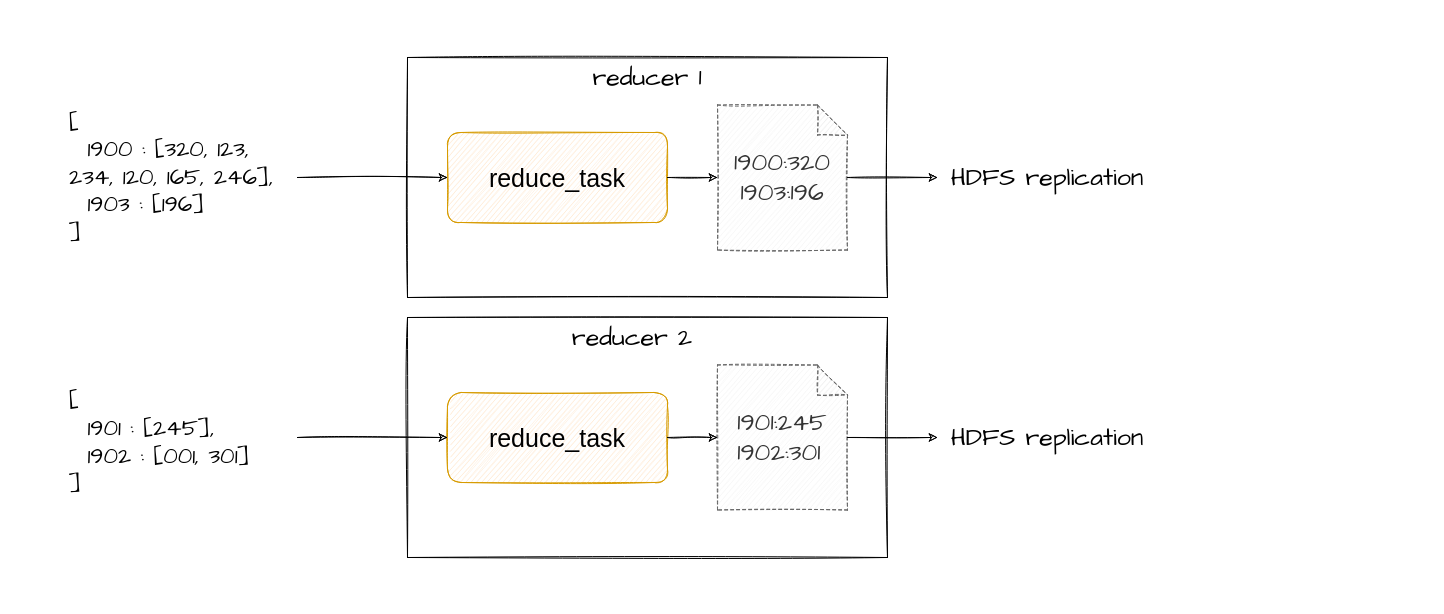
Earlier version of the draw.io diagram lessons/img/src/map reduce reduce.drawio (HealerMikado/panorama_big_data_2021). Source tidied: cells renumbered, new cells numbered last; positions are measured from the earlier drawing's top-left corner, leaving out a move shared by most shapes. Both pictures are drawn from the tidied source at 100%, with x=0, y=0 at pixel (67, 57).
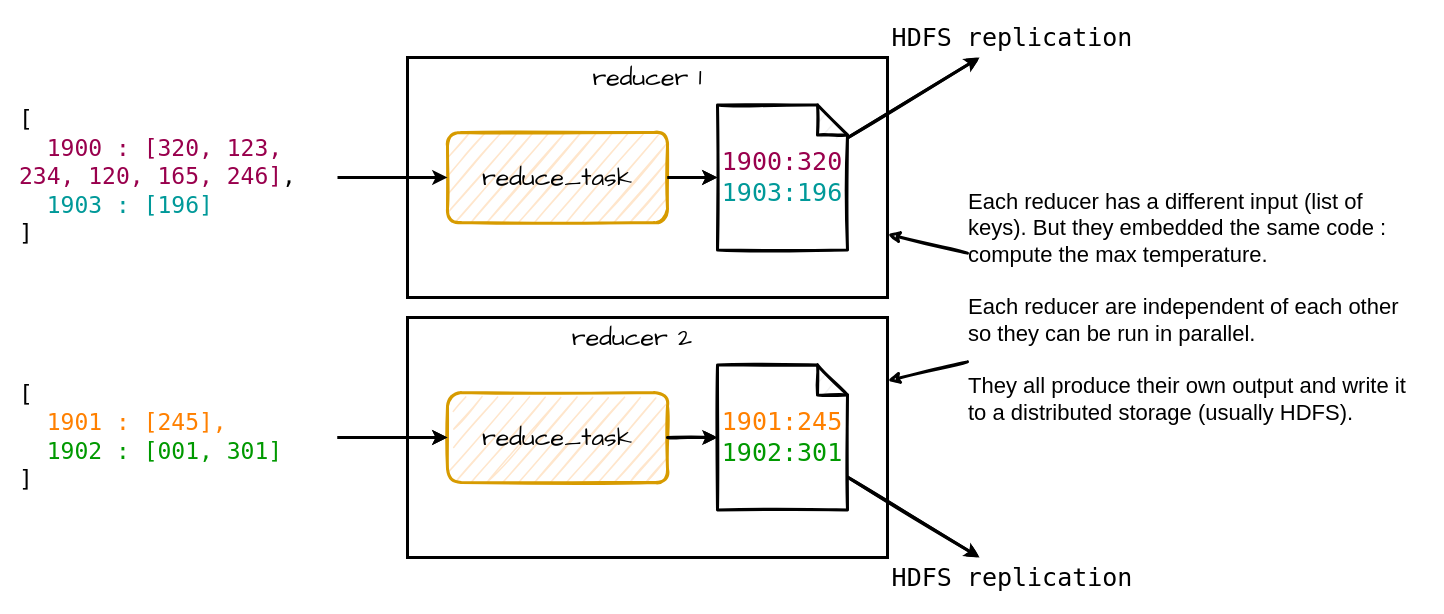
Above is the later version.

Change to the diagram source:
```diff
@@
-    <mxCell id="2" style="rounded=0;whiteSpace=wrap;html=1;fillColor=none;sketch=1;" parent="1" vertex="1">
+    <mxCell id="2" style="rounded=0;whiteSpace=wrap;html=1;fillColor=none;sketch=0;strokeWidth=3;" parent="1" vertex="1">
       <mxGeometry x="340" width="480" height="240" as="geometry" />
     </mxCell>
-    <mxCell id="3" value="&lt;font style=&quot;font-size: 23px&quot;&gt;[&lt;br&gt;&lt;div&gt;&lt;span&gt;&amp;nbsp; 1900 : [320, 123, 234, 120, 165, 246],&lt;/span&gt;&lt;span&gt;&amp;nbsp;&lt;/span&gt;&lt;/div&gt;&amp;nbsp; 1903 : [196]&lt;br&gt;&lt;span&gt;]&lt;/span&gt;&lt;br&gt;&lt;/font&gt;" style="text;html=1;strokeColor=none;fillColor=none;align=left;verticalAlign=middle;whiteSpace=wrap;rounded=0;fontFamily=Architects Daughter;" parent="1" vertex="1">
-      <mxGeometry y="10" width="230" height="220" as="geometry" />
+    <mxCell id="3" value="&lt;font style=&quot;font-size: 23px&quot;&gt;&lt;font face=&quot;Lucida Console&quot;&gt;[&lt;br&gt;&lt;/font&gt;&lt;div&gt;&lt;font face=&quot;Lucida Console&quot;&gt;&amp;nbsp; &lt;font color=&quot;#99004d&quot;&gt;1900 : [320, 123, 234, 120, 165, 246]&lt;/font&gt;,&lt;/font&gt;&lt;/div&gt;&lt;font face=&quot;Lucida Console&quot;&gt;&amp;nbsp; &lt;font color=&quot;#009999&quot;&gt;1903 : [196]&lt;/font&gt;&lt;br&gt;&lt;span&gt;]&lt;/span&gt;&lt;/font&gt;&lt;br&gt;&lt;/font&gt;" style="text;html=1;strokeColor=none;fillColor=none;align=left;verticalAlign=middle;whiteSpace=wrap;rounded=0;fontFamily=Architects Daughter;" parent="1" vertex="1">
+      <mxGeometry x="-50" y="10" width="320" height="220" as="geometry" />
     </mxCell>
-    <mxCell id="4" value="&lt;div&gt;&lt;span style=&quot;font-size: 23px&quot;&gt;[&lt;/span&gt;&lt;/div&gt;&lt;div&gt;&lt;span style=&quot;font-size: 23px&quot;&gt;&amp;nbsp; 1901 : [245],&lt;/span&gt;&lt;/div&gt;&lt;span style=&quot;font-size: 23px&quot;&gt;&amp;nbsp; 1902 : [001, 301]&lt;/span&gt;&lt;span style=&quot;font-size: 23px&quot;&gt;&lt;br&gt;&lt;/span&gt;&lt;div style=&quot;font-size: 23px&quot;&gt;]&lt;/div&gt;" style="text;html=1;strokeColor=none;fillColor=none;align=left;verticalAlign=middle;whiteSpace=wrap;rounded=0;fontFamily=Architects Daughter;" parent="1" vertex="1">
-      <mxGeometry y="330" width="290" height="110" as="geometry" />
+    <mxCell id="4" value="&lt;div&gt;&lt;span style=&quot;font-size: 23px&quot;&gt;&lt;font face=&quot;Lucida Console&quot;&gt;[&lt;/font&gt;&lt;/span&gt;&lt;/div&gt;&lt;div&gt;&lt;span style=&quot;font-size: 23px&quot;&gt;&lt;font face=&quot;Lucida Console&quot;&gt;&amp;nbsp; &lt;font color=&quot;#ff8000&quot;&gt;1901 : [245],&lt;/font&gt;&lt;/font&gt;&lt;/span&gt;&lt;/div&gt;&lt;font face=&quot;Lucida Console&quot;&gt;&lt;span style=&quot;font-size: 23px&quot;&gt;&amp;nbsp; &lt;font color=&quot;#009900&quot;&gt;1902 : [001, 301]&lt;/font&gt;&lt;/span&gt;&lt;span style=&quot;font-size: 23px&quot;&gt;&lt;br&gt;&lt;/span&gt;&lt;/font&gt;&lt;div style=&quot;font-size: 23px&quot;&gt;&lt;font face=&quot;Lucida Console&quot;&gt;]&lt;/font&gt;&lt;/div&gt;" style="text;html=1;strokeColor=none;fillColor=none;align=left;verticalAlign=middle;whiteSpace=wrap;rounded=0;fontFamily=Architects Daughter;" parent="1" vertex="1">
+      <mxGeometry x="-50" y="325" width="320" height="110" as="geometry" />
     </mxCell>
-    <mxCell id="5" value="&lt;font style=&quot;font-size: 25px&quot;&gt;reduce_task&lt;/font&gt;" style="rounded=1;whiteSpace=wrap;html=1;fillColor=#ffe6cc;sketch=1;strokeColor=#d79b00;" parent="1" vertex="1">
+    <mxCell id="5" value="&lt;font style=&quot;font-size: 25px&quot; face=&quot;Architects Daughter&quot;&gt;reduce_task&lt;/font&gt;" style="rounded=1;whiteSpace=wrap;html=1;fillColor=#ffe6cc;sketch=1;strokeColor=#d79b00;strokeWidth=3;" parent="1" vertex="1">
       <mxGeometry x="380" y="75" width="220" height="90" as="geometry" />
     </mxCell>
-    <mxCell id="6" value="&lt;div style=&quot;&quot;&gt;&lt;span style=&quot;font-size: 25px&quot;&gt;1900:320&lt;/span&gt;&lt;/div&gt;&lt;div style=&quot;&quot;&gt;&lt;span style=&quot;font-size: 25px&quot;&gt;1903:196&lt;/span&gt;&lt;/div&gt;" style="shape=note;whiteSpace=wrap;html=1;backgroundOutline=1;darkOpacity=0.05;fillColor=#f5f5f5;dashed=1;align=center;sketch=1;strokeColor=#666666;fontColor=#333333;fontFamily=Architects Daughter;" parent="1" vertex="1">
+    <mxCell id="6" value="&lt;div&gt;&lt;span style=&quot;font-size: 25px&quot;&gt;&lt;font face=&quot;Lucida Console&quot; color=&quot;#99004d&quot;&gt;1900:320&lt;/font&gt;&lt;/span&gt;&lt;/div&gt;&lt;div&gt;&lt;span style=&quot;font-size: 25px&quot;&gt;&lt;font face=&quot;Lucida Console&quot; color=&quot;#009999&quot;&gt;1903:196&lt;/font&gt;&lt;/span&gt;&lt;/div&gt;" style="shape=note;whiteSpace=wrap;html=1;backgroundOutline=1;darkOpacity=0.05;align=center;sketch=1;fontFamily=Architects Daughter;fillColor=#FFFFFF;strokeWidth=3;" parent="1" vertex="1">
       <mxGeometry x="650" y="47.5" width="130" height="145" as="geometry" />
     </mxCell>
-    <mxCell id="7" style="endArrow=classic;html=1;sketch=1;" parent="1" edge="1" source="3" target="5">
+    <mxCell id="7" style="endArrow=classic;html=1;sketch=0;strokeWidth=3;" parent="1" edge="1" source="3" target="5">
       <mxGeometry relative="1" as="geometry" />
     </mxCell>
-    <mxCell id="8" style="endArrow=classic;html=1;sketch=1;" parent="1" edge="1" source="5" target="6">
+    <mxCell id="8" style="endArrow=classic;html=1;sketch=0;strokeWidth=3;" parent="1" edge="1" source="5" target="6">
       <mxGeometry relative="1" as="geometry" />
     </mxCell>
-    <mxCell id="9" value="&lt;font style=&quot;font-size: 25px&quot;&gt;HDFS replication&lt;/font&gt;" style="text;html=1;strokeColor=none;fillColor=none;align=center;verticalAlign=middle;whiteSpace=wrap;rounded=0;fontFamily=Architects Daughter;" parent="1" vertex="1">
-      <mxGeometry x="870" y="100" width="220" height="40" as="geometry" />
+    <mxCell id="9" value="&lt;font style=&quot;font-size: 25px&quot;&gt;HDFS replication&lt;/font&gt;" style="text;html=1;strokeColor=none;fillColor=none;align=center;verticalAlign=middle;whiteSpace=wrap;rounded=0;fontFamily=Lucida Console;" parent="1" vertex="1">
+      <mxGeometry x="820" y="-40" width="250" height="40" as="geometry" />
     </mxCell>
-    <mxCell id="10" style="endArrow=classic;html=1;sketch=1;" parent="1" edge="1" source="6" target="9">
+    <mxCell id="10" style="endArrow=classic;html=1;sketch=1;strokeWidth=3;" parent="1" edge="1" source="6" target="9">
       <mxGeometry relative="1" as="geometry" />
     </mxCell>
-    <mxCell id="11" style="rounded=0;whiteSpace=wrap;html=1;fillColor=none;sketch=1;" parent="1" vertex="1">
+    <mxCell id="11" style="rounded=0;whiteSpace=wrap;html=1;fillColor=none;sketch=0;strokeWidth=3;" parent="1" vertex="1">
       <mxGeometry x="340" y="260" width="480" height="240" as="geometry" />
     </mxCell>
-    <mxCell id="12" value="&lt;font style=&quot;font-size: 25px&quot;&gt;reduce_task&lt;/font&gt;" style="rounded=1;whiteSpace=wrap;html=1;fillColor=#ffe6cc;sketch=1;strokeColor=#d79b00;" parent="1" vertex="1">
+    <mxCell id="12" value="&lt;font style=&quot;font-size: 25px&quot; face=&quot;Architects Daughter&quot;&gt;reduce_task&lt;/font&gt;" style="rounded=1;whiteSpace=wrap;html=1;fillColor=#ffe6cc;sketch=1;strokeColor=#d79b00;strokeWidth=3;" parent="1" vertex="1">
       <mxGeometry x="380" y="335" width="220" height="90" as="geometry" />
     </mxCell>
-    <mxCell id="13" value="&lt;div style=&quot;text-align: left&quot;&gt;&lt;span style=&quot;font-size: 25px&quot;&gt;1901:245&lt;/span&gt;&lt;/div&gt;&lt;span style=&quot;font-size: 25px&quot;&gt;&lt;div style=&quot;text-align: left&quot;&gt;&lt;span&gt;1902:301&lt;/span&gt;&lt;/div&gt;&lt;/span&gt;" style="shape=note;whiteSpace=wrap;html=1;backgroundOutline=1;darkOpacity=0.05;fillColor=#f5f5f5;dashed=1;sketch=1;strokeColor=#666666;fontColor=#333333;fontFamily=Architects Daughter;" parent="1" vertex="1">
+    <mxCell id="13" value="&lt;div style=&quot;text-align: left&quot;&gt;&lt;span style=&quot;font-size: 25px&quot;&gt;&lt;font face=&quot;Lucida Console&quot; color=&quot;#ff8000&quot;&gt;1901:245&lt;/font&gt;&lt;/span&gt;&lt;/div&gt;&lt;span style=&quot;font-size: 25px&quot;&gt;&lt;div style=&quot;text-align: left&quot;&gt;&lt;span&gt;&lt;font face=&quot;Lucida Console&quot; color=&quot;#009900&quot;&gt;1902:301&lt;/font&gt;&lt;/span&gt;&lt;/div&gt;&lt;/span&gt;" style="shape=note;whiteSpace=wrap;html=1;backgroundOutline=1;darkOpacity=0.05;sketch=1;fontFamily=Architects Daughter;strokeWidth=3;" parent="1" vertex="1">
       <mxGeometry x="650" y="307.5" width="130" height="145" as="geometry" />
     </mxCell>
-    <mxCell id="14" style="endArrow=classic;html=1;sketch=1;" parent="1" edge="1" target="12">
-      <mxGeometry relative="1" as="geometry">
-        <mxPoint x="230" y="380" as="sourcePoint" />
-      </mxGeometry>
+    <mxCell id="14" style="endArrow=classic;html=1;sketch=0;strokeWidth=3;" parent="1" edge="1" source="4" target="12">
+      <mxGeometry relative="1" as="geometry" />
     </mxCell>
-    <mxCell id="15" style="endArrow=classic;html=1;sketch=1;" parent="1" edge="1" source="12" target="13">
+    <mxCell id="15" style="endArrow=classic;html=1;sketch=1;strokeWidth=3;" parent="1" edge="1" source="12" target="13">
       <mxGeometry relative="1" as="geometry" />
     </mxCell>
-    <mxCell id="16" value="&lt;font style=&quot;font-size: 25px&quot;&gt;HDFS replication&lt;/font&gt;" style="text;html=1;strokeColor=none;fillColor=none;align=center;verticalAlign=middle;whiteSpace=wrap;rounded=0;fontFamily=Architects Daughter;" parent="1" vertex="1">
-      <mxGeometry x="870" y="360" width="220" height="40" as="geometry" />
+    <mxCell id="16" value="&lt;font style=&quot;font-size: 25px&quot;&gt;HDFS replication&lt;/font&gt;" style="text;html=1;strokeColor=none;fillColor=none;align=center;verticalAlign=middle;whiteSpace=wrap;rounded=0;fontFamily=Lucida Console;" parent="1" vertex="1">
+      <mxGeometry x="815" y="500" width="260" height="40" as="geometry" />
     </mxCell>
-    <mxCell id="17" style="endArrow=classic;html=1;sketch=1;" parent="1" edge="1" source="13" target="16">
+    <mxCell id="17" style="endArrow=classic;html=1;sketch=1;strokeWidth=3;" parent="1" edge="1" source="13" target="16">
       <mxGeometry relative="1" as="geometry" />
     </mxCell>
@@
+    <mxCell id="20" style="rounded=0;jettySize=auto;html=1;strokeWidth=3;fontFamily=Lucida Console;sketch=1;" parent="1" edge="1" source="22" target="2">
+      <mxGeometry relative="1" as="geometry" />
+    </mxCell>
+    <mxCell id="21" style="rounded=0;jettySize=auto;html=1;strokeWidth=3;fontFamily=Lucida Console;sketch=1;" parent="1" edge="1" source="22" target="11">
+      <mxGeometry relative="1" as="geometry" />
+    </mxCell>
+    <mxCell id="22" value="&lt;div style=&quot;text-align: left ; font-size: 22px&quot;&gt;&lt;font face=&quot;Helvetica&quot;&gt;Each reducer has a different input (list of keys). But they embedded the same code : compute the max temperature.&lt;/font&gt;&lt;/div&gt;&lt;div style=&quot;text-align: left ; font-size: 22px&quot;&gt;&lt;font face=&quot;Helvetica&quot;&gt;&lt;br&gt;&lt;/font&gt;&lt;/div&gt;&lt;div style=&quot;text-align: left ; font-size: 22px&quot;&gt;&lt;font face=&quot;Helvetica&quot;&gt;Each reducer are independent of each other so they can be run in parallel.&lt;/font&gt;&lt;/div&gt;&lt;div style=&quot;text-align: left ; font-size: 22px&quot;&gt;&lt;font face=&quot;Helvetica&quot;&gt;&lt;br&gt;&lt;/font&gt;&lt;/div&gt;&lt;div style=&quot;text-align: left ; font-size: 22px&quot;&gt;&lt;font face=&quot;Helvetica&quot;&gt;They all produce their own output and write it to a distributed storage (usually HDFS).&lt;/font&gt;&lt;/div&gt;" style="text;html=1;strokeColor=none;fillColor=none;align=center;verticalAlign=middle;whiteSpace=wrap;rounded=0;sketch=0;fontFamily=Lucida Console;" parent="1" vertex="1">
+      <mxGeometry x="900" y="130" width="460" height="240" as="geometry" />
+    </mxCell>
+    <mxCell id="23" style="endArrow=classic;html=1;sketch=0;strokeWidth=3;" parent="1" edge="1">
+      <mxGeometry relative="1" as="geometry">
+        <mxPoint x="600" y="380" as="sourcePoint" />
+        <mxPoint x="650" y="380" as="targetPoint" />
+      </mxGeometry>
+    </mxCell>
+    <mxCell id="24" style="endArrow=classic;html=1;sketch=0;strokeWidth=3;" parent="1" edge="1">
+      <mxGeometry relative="1" as="geometry">
+        <mxPoint x="600" y="120" as="sourcePoint" />
+        <mxPoint x="650" y="120" as="targetPoint" />
+      </mxGeometry>
+    </mxCell>
+    <mxCell id="25" style="endArrow=classic;html=1;sketch=0;strokeWidth=3;" parent="1" edge="1">
+      <mxGeometry relative="1" as="geometry">
+        <mxPoint x="780" y="80.4" as="sourcePoint" />
+        <mxPoint x="912.1" as="targetPoint" />
+      </mxGeometry>
+    </mxCell>
+    <mxCell id="26" style="endArrow=classic;html=1;sketch=0;strokeWidth=3;" parent="1" edge="1">
+      <mxGeometry relative="1" as="geometry">
+        <mxPoint x="780" y="419.6" as="sourcePoint" />
+        <mxPoint x="912.1" y="500" as="targetPoint" />
+      </mxGeometry>
+    </mxCell>
+    <mxCell id="27" style="endArrow=classic;html=1;sketch=0;strokeWidth=3;rounded=0;" parent="1" edge="1">
+      <mxGeometry relative="1" as="geometry">
+        <mxPoint x="270" y="380" as="sourcePoint" />
+        <mxPoint x="380" y="380" as="targetPoint" />
+      </mxGeometry>
+    </mxCell>
```
